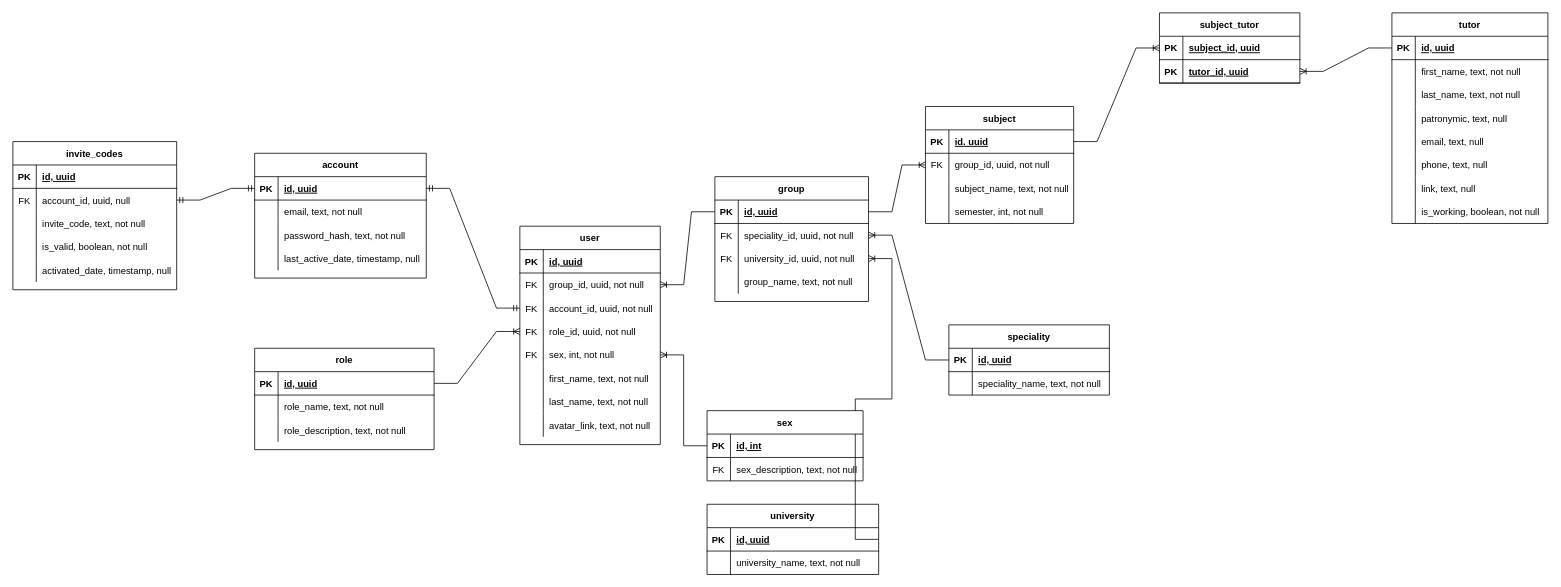
This is databases/physical_erd_dadyarri.drawio from student-archive/docs, a draw.io file, before an edit. Source tidied: cells renumbered, new cells numbered last; positions are measured from the earlier drawing's top-left corner, leaving out a move shared by most shapes. Both pictures are drawn from the tidied source at 78%, with x=0, y=0 at pixel (12, 12).
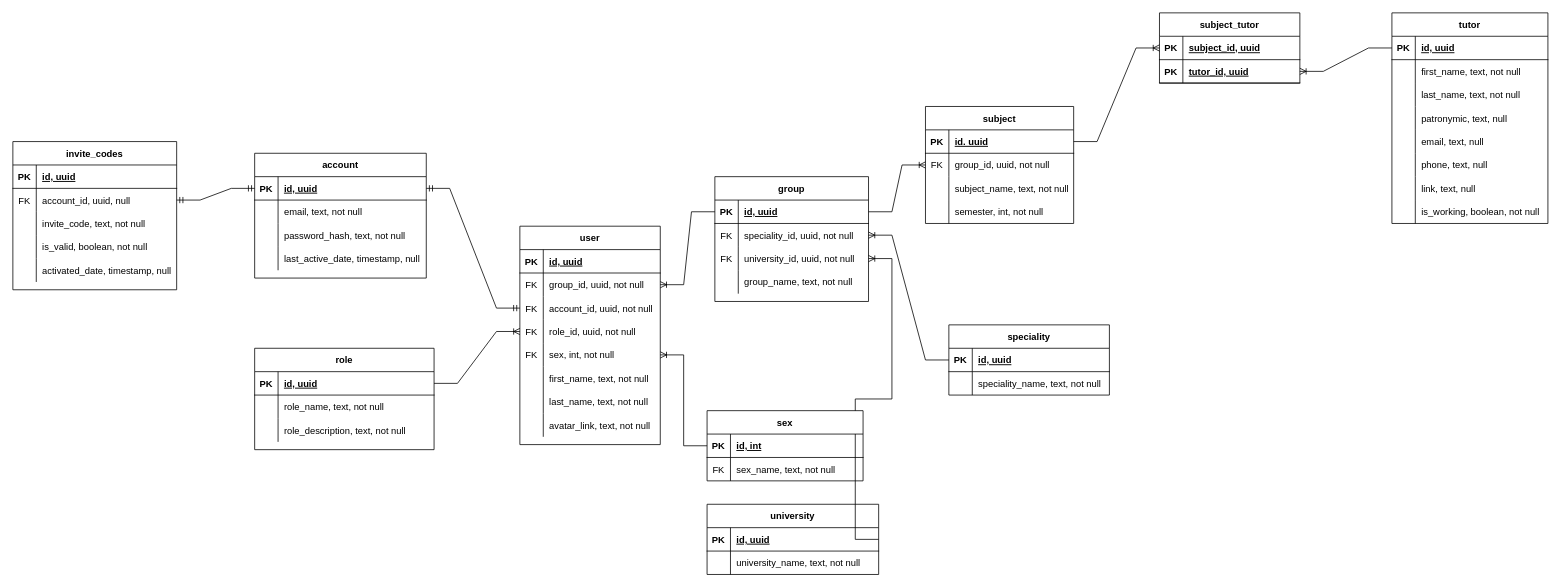
Above is the later version.

Commit message:
fix(dtabases): change some field

Unchanged cells that the change refers to:
```xml
<mxCell id="151" style="shape=tableRow;horizontal=0;startSize=0;swimlaneHead=0;swimlaneBody=0;fillColor=none;top=0;left=0;right=0;bottom=0;" parent="147" vertex="1">
  <mxGeometry y="60" width="200" height="30" as="geometry" />
</mxCell>
```

The edit, as a diff of the source:
```diff
@@
-    <mxCell id="153" value="sex_description, text, not null" style="shape=partialRectangle;fillColor=none;top=0;left=0;bottom=0;right=0;align=left;spacingLeft=6;fontStyle=0;overflow=hidden;" parent="151" vertex="1">
+    <mxCell id="153" value="sex_name, text, not null" style="shape=partialRectangle;fillColor=none;top=0;left=0;bottom=0;right=0;align=left;spacingLeft=6;fontStyle=0;overflow=hidden;" parent="151" vertex="1">
       <mxGeometry x="30" width="170" height="30" as="geometry" />
     </mxCell>
```
